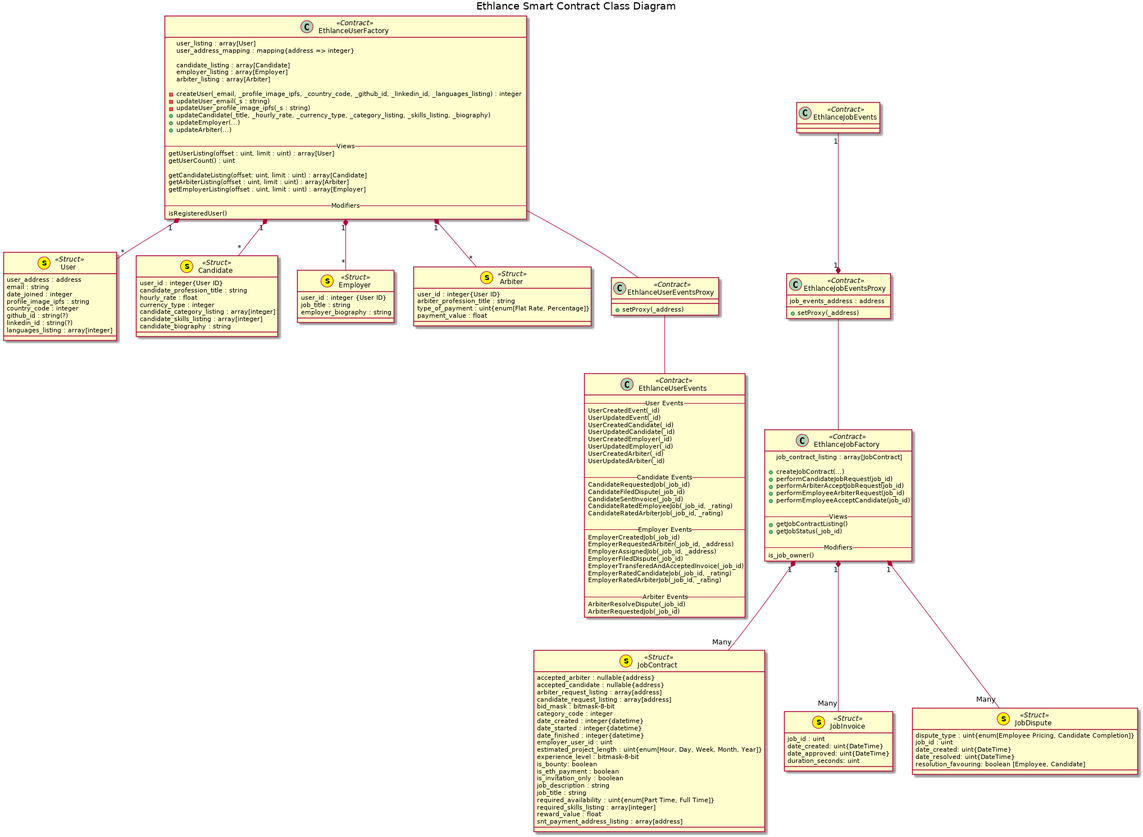
Above: docs/spec/class_diagram.png in district0x/ethlance (PlantUML), before the change.
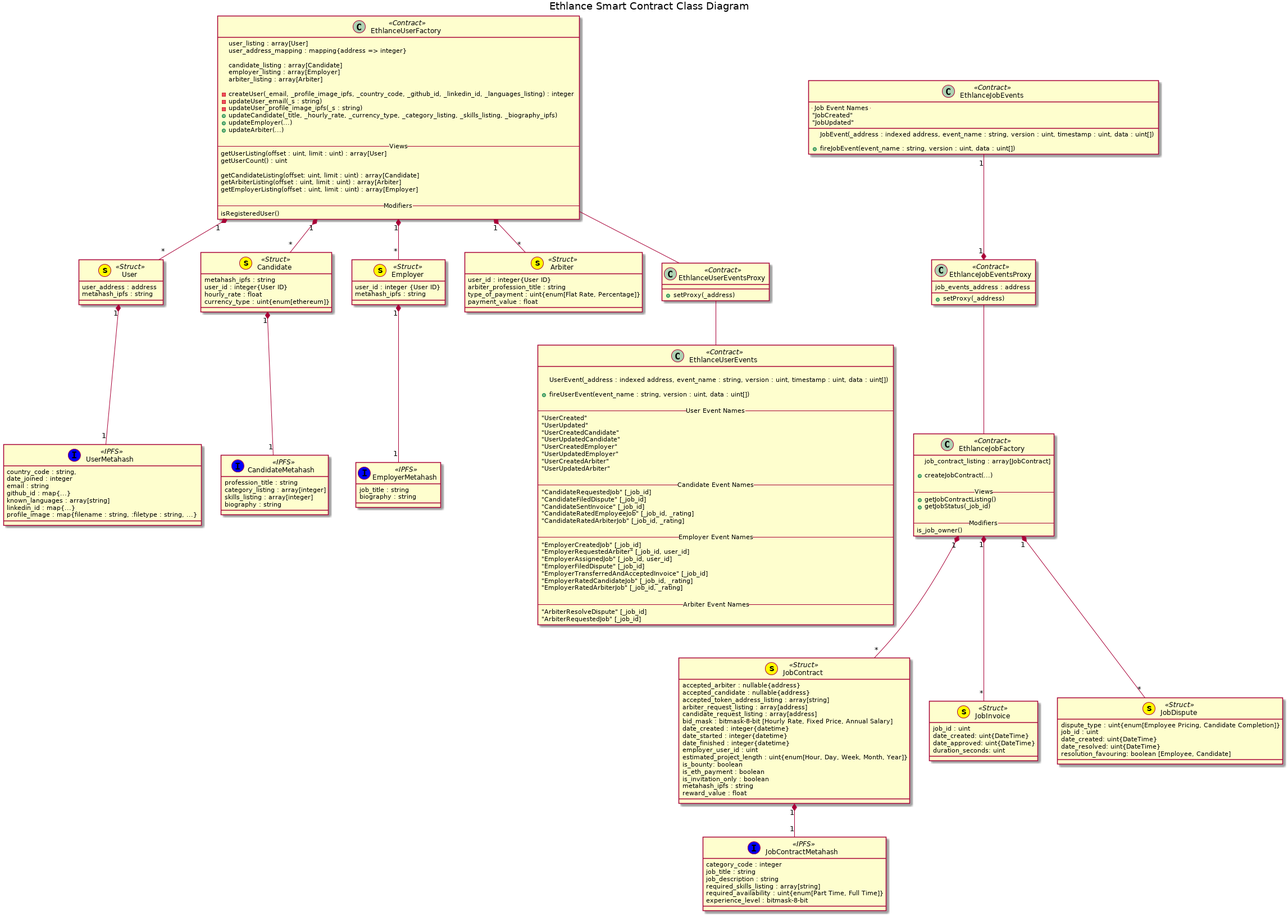
Above is the later version.

Diff of the diagram source:
```diff
@@ -1,31 +1,46 @@
 @startuml
 title Ethlance Smart Contract Class Diagram
 
+class UserMetahash << (I,blue) IPFS >> {
+  country_code : string,
+  date_joined : integer
+  email : string
+  github_id : map{...}
+  known_languages : array[string]
+  linkedin_id : map{...}
+  profile_image : map{filename : string, :filetype : string, ...}
+}
+
+User "1" *-- "1" UserMetahash
 class User << (s,yellow) Struct >> {
   user_address : address
-  email : string
-  date_joined : integer
-  profile_image_ipfs : string
-  country_code : integer
-  {field} github_id : string(?)
-  {field} linkedin_id : string(?)
-  languages_listing : array[integer]
+  metahash_ipfs : string
 }
 
-class Candidate << (s,yellow) Struct >> {
-  user_id : integer{User ID}
-  candidate_profession_title : string
-  hourly_rate : float
-  currency_type : integer
-  candidate_category_listing : array[integer]
-  candidate_skills_listing : array[integer]
-  candidate_biography : string
+class CandidateMetahash << (I,blue) IPFS >> {
+  profession_title : string
+  category_listing : array[integer]
+  skills_listing : array[integer]
+  biography : string
 }
 
+Candidate "1" *-- "1" CandidateMetahash
+class Candidate << (s,yellow) Struct >> {
+  metahash_ipfs : string
+  user_id : integer{User ID}
+  hourly_rate : float
+  currency_type : uint{enum[ethereum]}
+}
+
+class EmployerMetahash << (I,blue) IPFS >> {
+  job_title : string
+  biography : string
+}
+
+Employer "1" *-- "1" EmployerMetahash
 class Employer << (s,yellow) Struct >> {
   user_id : integer {User ID}
-  {field} job_title : string
-  employer_biography : string
+  metahash_ipfs : string
 }
 
 class Arbiter << (s,yellow) Struct >> {
@@ -51,7 +66,7 @@
   -createUser(_email, _profile_image_ipfs, _country_code, _github_id, _linkedin_id, _languages_listing) : integer
   -updateUser_email(_s : string)
   -updateUser_profile_image_ipfs(_s : string)
-  +updateCandidate(_title, _hourly_rate, _currency_type, _category_listing, _skills_listing, _biography)
+  +updateCandidate(_title, _hourly_rate, _currency_type, _category_listing, _skills_listing, _biography_ipfs)
   +updateEmployer(...)
   +updateArbiter(...)
 
@@ -74,70 +89,76 @@
 
 EthlanceUserEventsProxy -- EthlanceUserEvents
 class EthlanceUserEvents << Contract >> {
-  -- User Events --
-  UserCreatedEvent(_id)
-  UserUpdatedEvent(_id)
-  UserCreatedCandidate(_id)
-  UserUpdatedCandidate(_id)
-  UserCreatedEmployer(_id)
-  UserUpdatedEmployer(_id)
-  UserCreatedArbiter(_id)
-  UserUpdatedArbiter(_id)
 
-  -- Candidate Events --
-  CandidateRequestedJob(_job_id)
-  CandidateFiledDispute(_job_id)
-  CandidateSentInvoice(_job_id)
-  CandidateRatedEmployeeJob(_job_id, _rating)
-  CandidateRatedArbiterJob(_job_id, _rating)
+  UserEvent(_address : indexed address, event_name : string, version : uint, timestamp : uint, data : uint[])
 
-  -- Employer Events --
-  EmployerCreatedJob(_job_id)
-  EmployerRequestedArbiter(_job_id, _address)
-  EmployerAssignedJob(_job_id, _address)
-  EmployerFiledDispute(_job_id)
-  EmployerTransferedAndAcceptedInvoice(_job_id)
-  EmployerRatedCandidateJob(_job_id, _rating)
-  EmployerRatedArbiterJob(_job_id, _rating)
+  +fireUserEvent(event_name : string, version : uint, data : uint[])
 
-  -- Arbiter Events --
-  ArbiterResolveDispute(_job_id)
-  ArbiterRequestedJob(_job_id)
+  -- User Event Names --
+  "UserCreated"
+  "UserUpdated"
+  "UserCreatedCandidate"
+  "UserUpdatedCandidate"
+  "UserCreatedEmployer"
+  "UserUpdatedEmployer"
+  "UserCreatedArbiter"
+  "UserUpdatedArbiter"
+
+  -- Candidate Event Names --
+  "CandidateRequestedJob" [_job_id]
+  "CandidateFiledDispute" [_job_id]
+  "CandidateSentInvoice" [_job_id]
+  "CandidateRatedEmployeeJob" [_job_id, _rating]
+  "CandidateRatedArbiterJob" [_job_id, _rating]
+
+  -- Employer Event Names --
+  "EmployerCreatedJob" [_job_id]
+  "EmployerRequestedArbiter" [_job_id, user_id]
+  "EmployerAssignedJob" [_job_id, user_id]
+  "EmployerFiledDispute" [_job_id]
+  "EmployerTransferredAndAcceptedInvoice" [_job_id]
+  "EmployerRatedCandidateJob" [_job_id, _rating]
+  "EmployerRatedArbiterJob" [_job_id, _rating]
+
+  -- Arbiter Event Names --
+  "ArbiterResolveDispute" [_job_id]
+  "ArbiterRequestedJob" [_job_id]
 }
 
+class JobContractMetahash << (I,blue) IPFS >> {
+  category_code : integer
+  job_title : string
+  job_description : string
+  required_skills_listing : array[string]
+  required_availability : uint{enum[Part Time, Full Time]}
+  experience_level : bitmask-8-bit
+}
+
+JobContract "1" *-- "1" JobContractMetahash
 class JobContract << (s,yellow) Struct >> {
   accepted_arbiter : nullable{address}
   accepted_candidate : nullable{address}
+  accepted_token_address_listing : array[string]
   arbiter_request_listing : array[address]
   candidate_request_listing : array[address]
-  bid_mask : bitmask-8-bit
-  category_code : integer
+  bid_mask : bitmask-8-bit [Hourly Rate, Fixed Price, Annual Salary]
   date_created : integer{datetime}
   date_started : integer{datetime}
   date_finished : integer{datetime}
   employer_user_id : uint
   estimated_project_length : uint{enum[Hour, Day, Week, Month, Year]}
-  experience_level : bitmask-8-bit
   is_bounty: boolean
   is_eth_payment : boolean
   is_invitation_only : boolean
-  job_description : string
-  job_title : string
-  required_availability : uint{enum[Part Time, Full Time]}
-  required_skills_listing : array[integer]
+  metahash_ipfs : string
   reward_value : float
-  snt_payment_address_listing : array[address]
 }
 
-EthlanceJobFactory "1" *-- "Many" JobContract
+EthlanceJobFactory "1" *-- "*" JobContract
 class EthlanceJobFactory << Contract >> {
   job_contract_listing : array[JobContract]
 
   +createJobContract(...)
-  +performCandidateJobRequest(job_id)
-  +performArbiterAcceptJobRequest(job_id)
-  +performEmployeeArbiterRequest(job_id)
-  +performEmployeeAcceptCandidate(job_id)
 
   -- Views --
   +getJobContractListing()
@@ -156,9 +177,16 @@
 EthlanceJobEvents "1" --* "1" EthlanceJobEventsProxy
 class EthlanceJobEvents << Contract >> {
 
+  JobEvent(_address : indexed address, event_name : string, version : uint, timestamp : uint, data : uint[])
+
+  +fireJobEvent(event_name : string, version : uint, data : uint[])
+
+  -- Job Event Names --
+  "JobCreated"
+  "JobUpdated"
 }
 
-EthlanceJobFactory "1" *-- "Many" JobInvoice
+EthlanceJobFactory "1" *-- "*" JobInvoice
 class JobInvoice << (s,yellow) Struct >> {
   job_id : uint
   date_created: uint{DateTime}
@@ -166,7 +194,7 @@
   duration_seconds: uint
 }
 
-EthlanceJobFactory "1" *-- "Many" JobDispute
+EthlanceJobFactory "1" *-- "*" JobDispute
 class JobDispute << (s,yellow) Struct >> {
   dispute_type : uint{enum[Employee Pricing, Candidate Completion]}
   job_id : uint
```
